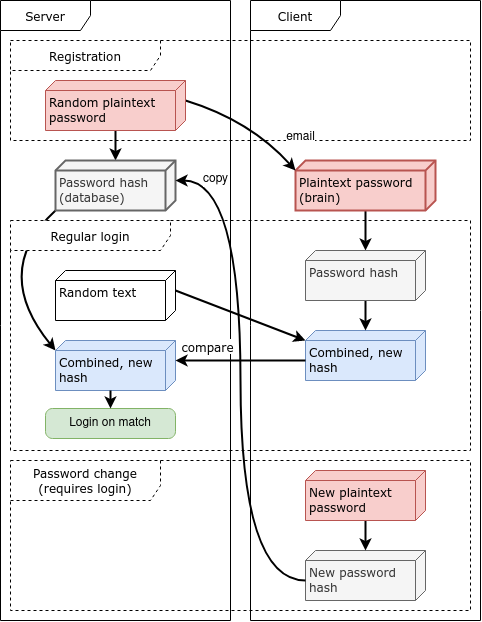
Before: doc/auth.drawio.png, a diagram exported from draw.io (SmallJoker/OpenEdits). Source tidied: cells renumbered, new cells last; positions are measured from the earlier drawing's top-left corner, leaving out a move shared by most shapes.
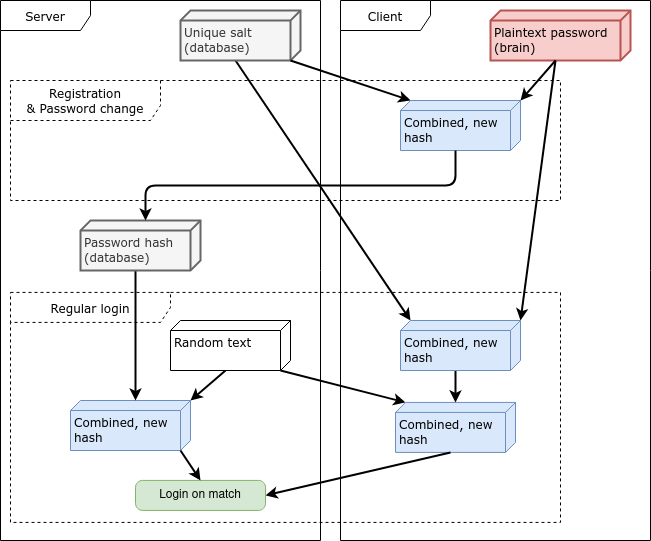
Later version of the same file.

Diff of the diagram source:
```diff
@@ -2,108 +2,77 @@
   <root>
     <mxCell id="0" />
     <mxCell id="1" parent="0" />
-    <mxCell id="2" style="edgeStyle=none;shape=connector;curved=1;rounded=1;jettySize=auto;html=1;exitX=1;exitY=1;exitDx=0;exitDy=0;exitPerimeter=0;entryX=0;entryY=0;entryDx=10;entryDy=120;entryPerimeter=0;labelBackgroundColor=default;strokeColor=default;strokeWidth=2;fontFamily=Helvetica;fontSize=12;fontColor=default;endArrow=classic;" parent="1" edge="1" source="26" target="13">
-      <mxGeometry relative="1" as="geometry">
-        <Array as="points">
-          <mxPoint y="270" />
-        </Array>
-      </mxGeometry>
-    </mxCell>
-    <mxCell id="3" value="New password hash" style="verticalAlign=top;align=left;spacingTop=8;spacingLeft=2;spacingRight=12;shape=cube;size=10;direction=south;fontStyle=0;html=1;whiteSpace=wrap;fontFamily=Verdana;fontSize=12;fillColor=#f5f5f5;fontColor=#333333;strokeColor=#666666;" parent="1" vertex="1">
-      <mxGeometry x="315" y="550" width="120" height="50" as="geometry" />
-    </mxCell>
-    <mxCell id="4" value="Server" style="shape=umlFrame;whiteSpace=wrap;html=1;fontFamily=Verdana;fontSize=12;width=90;height=30;" parent="1" vertex="1">
-      <mxGeometry x="10" width="230" height="620" as="geometry" />
+    <mxCell id="4" value="Server" style="shape=umlFrame;whiteSpace=wrap;html=1;fontFamily=Verdana;fontSize=12;width=90;height=30;fillColor=default;" parent="1" vertex="1">
+      <mxGeometry x="-80" width="320" height="540" as="geometry" />
     </mxCell>
     <mxCell id="5" value="Client" style="shape=umlFrame;whiteSpace=wrap;html=1;fontFamily=Verdana;fontSize=12;width=90;height=30;" parent="1" vertex="1">
-      <mxGeometry x="260" width="230" height="620" as="geometry" />
+      <mxGeometry x="260" width="310" height="540" as="geometry" />
     </mxCell>
-    <mxCell id="6" value="&lt;div&gt;Password change&lt;/div&gt;&lt;div&gt;(requires login)&lt;br&gt;&lt;/div&gt;" style="shape=umlFrame;whiteSpace=wrap;html=1;fontFamily=Verdana;fontSize=12;width=150;height=40;dashed=1;" parent="1" vertex="1">
-      <mxGeometry x="20" y="460" width="460" height="150" as="geometry" />
-    </mxCell>
     <mxCell id="7" value="Regular login" style="shape=umlFrame;whiteSpace=wrap;html=1;fontFamily=Verdana;fontSize=12;width=160;height=30;dashed=1;" parent="1" vertex="1">
-      <mxGeometry x="20" y="220" width="460" height="230" as="geometry" />
+      <mxGeometry x="-70" y="291.9" width="550" height="230" as="geometry" />
     </mxCell>
-    <mxCell id="8" style="edgeStyle=none;shape=connector;curved=1;rounded=1;jettySize=auto;html=1;labelBackgroundColor=default;strokeColor=default;strokeWidth=2;fontFamily=Helvetica;fontSize=12;fontColor=default;endArrow=classic;" parent="1" edge="1" source="9" target="23">
-      <mxGeometry relative="1" as="geometry" />
-    </mxCell>
     <mxCell id="9" value="&lt;div&gt;Plaintext password&lt;/div&gt;(brain)" style="verticalAlign=top;align=left;spacingTop=8;spacingLeft=2;spacingRight=12;shape=cube;size=10;direction=south;fontStyle=0;html=1;whiteSpace=wrap;fontFamily=Verdana;fontSize=12;fillColor=#f8cecc;strokeColor=#b85450;strokeWidth=2;" parent="1" vertex="1">
-      <mxGeometry x="305" y="160" width="140" height="50" as="geometry" />
+      <mxGeometry x="410" y="10" width="140" height="50" as="geometry" />
     </mxCell>
-    <mxCell id="10" style="edgeStyle=none;shape=connector;rounded=0;jettySize=auto;html=1;labelBackgroundColor=default;strokeColor=default;strokeWidth=2;fontFamily=Helvetica;fontSize=12;fontColor=default;endArrow=classic;entryX=0;entryY=0;entryDx=10;entryDy=120.00000000000001;entryPerimeter=0;exitX=0;exitY=0;exitDx=20;exitDy=0;exitPerimeter=0;" parent="1" edge="1" source="11" target="12">
+    <mxCell id="10" style="rounded=1;jettySize=auto;html=1;labelBackgroundColor=default;strokeColor=default;strokeWidth=2;fontFamily=Helvetica;fontSize=12;fontColor=default;endArrow=classic;entryX=0;entryY=0;entryDx=0;entryDy=110;entryPerimeter=0;exitX=0;exitY=0;exitDx=50;exitDy=10;exitPerimeter=0;" parent="1" edge="1" source="11" target="12">
       <mxGeometry relative="1" as="geometry" />
     </mxCell>
+    <mxCell id="30" style="rounded=1;jettySize=auto;html=1;exitX=0;exitY=0;exitDx=50;exitDy=65;exitPerimeter=0;entryX=0;entryY=0;entryDx=0;entryDy=0;entryPerimeter=0;labelBackgroundColor=default;strokeColor=default;strokeWidth=2;fontFamily=Helvetica;fontSize=12;fontColor=default;endArrow=classic;" parent="1" edge="1" source="11" target="13">
+      <mxGeometry relative="1" as="geometry" />
+    </mxCell>
     <mxCell id="11" value="Random text" style="verticalAlign=top;align=left;spacingTop=8;spacingLeft=2;spacingRight=12;shape=cube;size=10;direction=south;fontStyle=0;html=1;whiteSpace=wrap;fontFamily=Verdana;fontSize=12;" parent="1" vertex="1">
-      <mxGeometry x="65" y="270" width="120" height="50" as="geometry" />
+      <mxGeometry x="90" y="320" width="120" height="50" as="geometry" />
     </mxCell>
     <mxCell id="12" value="Combined, new hash" style="verticalAlign=top;align=left;spacingTop=8;spacingLeft=2;spacingRight=12;shape=cube;size=10;direction=south;fontStyle=0;html=1;whiteSpace=wrap;fontFamily=Verdana;fontSize=12;fillColor=#dae8fc;strokeColor=#6c8ebf;" parent="1" vertex="1">
-      <mxGeometry x="315" y="330" width="120" height="50" as="geometry" />
+      <mxGeometry x="315" y="401.9" width="120" height="50" as="geometry" />
     </mxCell>
     <mxCell id="13" value="Combined, new hash" style="verticalAlign=top;align=left;spacingTop=8;spacingLeft=2;spacingRight=12;shape=cube;size=10;direction=south;fontStyle=0;html=1;whiteSpace=wrap;fontFamily=Verdana;fontSize=12;fillColor=#dae8fc;strokeColor=#6c8ebf;" parent="1" vertex="1">
-      <mxGeometry x="65" y="340" width="120" height="50" as="geometry" />
+      <mxGeometry x="-10" y="400" width="120" height="50" as="geometry" />
     </mxCell>
-    <mxCell id="14" style="edgeStyle=none;shape=connector;rounded=0;jettySize=auto;html=1;labelBackgroundColor=default;strokeColor=default;strokeWidth=2;fontFamily=Helvetica;fontSize=12;fontColor=default;endArrow=classic;entryX=0;entryY=0;entryDx=20;entryDy=0;entryPerimeter=0;exitX=0;exitY=0;exitDx=30;exitDy=120.00000000000001;exitPerimeter=0;" parent="1" edge="1" source="12" target="13">
+    <mxCell id="14" style="rounded=1;jettySize=auto;html=1;labelBackgroundColor=default;strokeColor=default;strokeWidth=2;fontFamily=Helvetica;fontSize=12;fontColor=default;endArrow=classic;entryX=1;entryY=0.5;entryDx=0;entryDy=0;exitX=0;exitY=0;exitDx=50;exitDy=65;exitPerimeter=0;" parent="1" edge="1" source="12" target="16">
       <mxGeometry relative="1" as="geometry" />
     </mxCell>
-    <mxCell id="15" value="compare" style="edgeLabel;html=1;align=center;verticalAlign=middle;fontSize=12;fontFamily=Verdana;fontColor=default;" parent="1" vertex="1">
-      <mxGeometry x="220" y="340" as="geometry">
-        <mxPoint x="-3" y="6" as="offset" />
-      </mxGeometry>
-    </mxCell>
     <mxCell id="16" value="Login on match" style="rounded=1;whiteSpace=wrap;html=1;absoluteArcSize=1;arcSize=14;strokeWidth=1;strokeColor=#82b366;fontFamily=Helvetica;fontSize=12;fillColor=#d5e8d4;" parent="1" vertex="1">
-      <mxGeometry x="55" y="408" width="130" height="30" as="geometry" />
+      <mxGeometry x="55" y="479.9" width="130" height="30" as="geometry" />
     </mxCell>
-    <mxCell id="17" style="edgeStyle=none;shape=connector;rounded=0;jettySize=auto;html=1;labelBackgroundColor=default;strokeColor=default;strokeWidth=2;fontFamily=Helvetica;fontSize=12;fontColor=default;endArrow=classic;entryX=0.5;entryY=0;entryDx=0;entryDy=0;exitX=0;exitY=0;exitDx=50;exitDy=65;exitPerimeter=0;" parent="1" edge="1" source="13" target="16">
+    <mxCell id="17" style="rounded=1;jettySize=auto;html=1;labelBackgroundColor=default;strokeColor=default;strokeWidth=2;fontFamily=Helvetica;fontSize=12;fontColor=default;endArrow=classic;entryX=0.5;entryY=0;entryDx=0;entryDy=0;exitX=0;exitY=0;exitDx=50;exitDy=10;exitPerimeter=0;" parent="1" edge="1" source="13" target="16">
       <mxGeometry relative="1" as="geometry" />
     </mxCell>
-    <mxCell id="18" value="Registration" style="shape=umlFrame;whiteSpace=wrap;html=1;fontFamily=Verdana;fontSize=12;width=150;height=30;dashed=1;" parent="1" vertex="1">
-      <mxGeometry x="20" y="40" width="460" height="100" as="geometry" />
+    <mxCell id="18" value="&lt;div&gt;Registration&lt;/div&gt;&lt;div&gt;&amp;amp; Password change&lt;br&gt;&lt;/div&gt;" style="shape=umlFrame;whiteSpace=wrap;html=1;fontFamily=Verdana;fontSize=12;width=150;height=40;dashed=1;" parent="1" vertex="1">
+      <mxGeometry x="-70" y="80" width="550" height="120" as="geometry" />
     </mxCell>
-    <mxCell id="19" style="edgeStyle=none;shape=connector;curved=1;rounded=1;jettySize=auto;html=1;labelBackgroundColor=default;strokeColor=default;strokeWidth=2;fontFamily=Helvetica;fontSize=12;fontColor=default;endArrow=classic;" parent="1" edge="1" source="21" target="26">
-      <mxGeometry relative="1" as="geometry" />
-    </mxCell>
-    <mxCell id="20" style="edgeStyle=none;shape=connector;jettySize=auto;html=1;exitX=0;exitY=0;exitDx=20;exitDy=0;exitPerimeter=0;entryX=0;entryY=0;entryDx=10;entryDy=140;entryPerimeter=0;labelBackgroundColor=default;strokeColor=default;strokeWidth=2;fontFamily=Helvetica;fontSize=12;fontColor=default;endArrow=classic;curved=1;" parent="1" edge="1" source="21" target="9">
-      <mxGeometry relative="1" as="geometry">
-        <Array as="points">
-          <mxPoint x="260" y="120" />
-        </Array>
-      </mxGeometry>
-    </mxCell>
-    <mxCell id="21" value="Random plaintext password" style="verticalAlign=top;align=left;spacingTop=8;spacingLeft=2;spacingRight=12;shape=cube;size=10;direction=south;fontStyle=0;html=1;whiteSpace=wrap;fontFamily=Verdana;fontSize=12;fillColor=#f8cecc;strokeColor=#b85450;" parent="1" vertex="1">
-      <mxGeometry x="55" y="80" width="140" height="50" as="geometry" />
-    </mxCell>
-    <mxCell id="22" style="edgeStyle=none;shape=connector;curved=1;rounded=1;jettySize=auto;html=1;labelBackgroundColor=default;strokeColor=default;strokeWidth=2;fontFamily=Helvetica;fontSize=12;fontColor=default;endArrow=classic;" parent="1" edge="1" source="23" target="12">
-      <mxGeometry relative="1" as="geometry" />
-    </mxCell>
-    <mxCell id="23" value="Password hash" style="verticalAlign=top;align=left;spacingTop=8;spacingLeft=2;spacingRight=12;shape=cube;size=10;direction=south;fontStyle=0;html=1;whiteSpace=wrap;fontFamily=Verdana;fontSize=12;fillColor=#f5f5f5;fontColor=#333333;strokeColor=#666666;" parent="1" vertex="1">
-      <mxGeometry x="315" y="250" width="120" height="50" as="geometry" />
-    </mxCell>
-    <mxCell id="24" style="edgeStyle=none;shape=connector;curved=1;rounded=1;jettySize=auto;html=1;labelBackgroundColor=default;strokeColor=default;strokeWidth=2;fontFamily=Helvetica;fontSize=12;fontColor=default;endArrow=classic;" parent="1" edge="1" source="25" target="3">
-      <mxGeometry relative="1" as="geometry" />
-    </mxCell>
-    <mxCell id="25" value="New plaintext password" style="verticalAlign=top;align=left;spacingTop=8;spacingLeft=2;spacingRight=12;shape=cube;size=10;direction=south;fontStyle=0;html=1;whiteSpace=wrap;fontFamily=Verdana;fontSize=12;fillColor=#f8cecc;strokeColor=#b85450;" parent="1" vertex="1">
-      <mxGeometry x="315" y="470" width="120" height="50" as="geometry" />
-    </mxCell>
+    <mxCell id="2" style="rounded=1;jettySize=auto;html=1;exitX=0;exitY=0;exitDx=50;exitDy=65;exitPerimeter=0;entryX=0;entryY=0;entryDx=0;entryDy=55;entryPerimeter=0;labelBackgroundColor=default;strokeColor=default;strokeWidth=2;fontFamily=Helvetica;fontSize=12;fontColor=default;endArrow=classic;" parent="1" edge="1" source="26" target="13">
+      <mxGeometry relative="1" as="geometry" />
+    </mxCell>
     <mxCell id="26" value="&lt;div&gt;Password hash&lt;/div&gt;(database)" style="verticalAlign=top;align=left;spacingTop=8;spacingLeft=2;spacingRight=12;shape=cube;size=10;direction=south;fontStyle=0;html=1;whiteSpace=wrap;fontFamily=Verdana;fontSize=12;fillColor=#f5f5f5;strokeColor=#666666;fontColor=#333333;strokeWidth=2;" parent="1" vertex="1">
-      <mxGeometry x="65" y="160" width="120" height="50" as="geometry" />
+      <mxGeometry y="220" width="120" height="50" as="geometry" />
     </mxCell>
-    <mxCell id="27" style="edgeStyle=none;shape=connector;curved=1;rounded=1;jettySize=auto;html=1;exitX=0;exitY=0;exitDx=30;exitDy=120;exitPerimeter=0;entryX=0;entryY=0;entryDx=20;entryDy=0;entryPerimeter=0;labelBackgroundColor=default;strokeColor=default;strokeWidth=2;fontFamily=Helvetica;fontSize=12;fontColor=default;endArrow=classic;" parent="1" edge="1" source="3" target="26">
-      <mxGeometry relative="1" as="geometry">
-        <Array as="points">
-          <mxPoint x="250" y="580" />
-          <mxPoint x="250" y="180" />
-        </Array>
-      </mxGeometry>
-    </mxCell>
-    <mxCell id="28" value="copy" style="edgeLabel;html=1;align=center;verticalAlign=middle;fontSize=12;fontFamily=Helvetica;fontColor=default;" parent="27" vertex="1">
-      <mxGeometry x="0.09" relative="1" as="geometry">
-        <mxPoint x="-25" y="-179" as="offset" />
-      </mxGeometry>
-    </mxCell>
-    <mxCell id="29" value="email" style="edgeLabel;html=1;align=center;verticalAlign=middle;fontSize=12;fontFamily=Helvetica;fontColor=default;" parent="1" vertex="1">
-      <mxGeometry x="310" y="140" as="geometry">
-        <mxPoint y="-3" as="offset" />
-      </mxGeometry>
-    </mxCell>
+    <mxCell id="31" style="rounded=1;jettySize=auto;html=1;exitX=0;exitY=0;exitDx=50;exitDy=65;exitPerimeter=0;entryX=0;entryY=0;entryDx=0;entryDy=110;entryPerimeter=0;labelBackgroundColor=default;strokeColor=default;strokeWidth=2;fontFamily=Helvetica;fontSize=12;fontColor=default;endArrow=classic;" parent="1" edge="1" source="32" target="39">
+      <mxGeometry relative="1" as="geometry" />
+    </mxCell>
+    <mxCell id="32" value="&lt;div&gt;Unique salt&lt;br&gt;&lt;/div&gt;(database)" style="verticalAlign=top;align=left;spacingTop=8;spacingLeft=2;spacingRight=12;shape=cube;size=10;direction=south;fontStyle=0;html=1;whiteSpace=wrap;fontFamily=Verdana;fontSize=12;fillColor=#f5f5f5;strokeColor=#666666;fontColor=#333333;strokeWidth=2;" parent="1" vertex="1">
+      <mxGeometry x="100" y="10" width="120" height="50" as="geometry" />
+    </mxCell>
+    <mxCell id="33" value="Combined, new hash" style="verticalAlign=top;align=left;spacingTop=8;spacingLeft=2;spacingRight=12;shape=cube;size=10;direction=south;fontStyle=0;html=1;whiteSpace=wrap;fontFamily=Verdana;fontSize=12;fillColor=#dae8fc;strokeColor=#6c8ebf;" parent="1" vertex="1">
+      <mxGeometry x="320" y="100" width="120" height="50" as="geometry" />
+    </mxCell>
+    <mxCell id="34" style="rounded=1;jettySize=auto;html=1;entryX=0;entryY=0;entryDx=0;entryDy=0;entryPerimeter=0;labelBackgroundColor=default;strokeColor=default;strokeWidth=2;fontFamily=Helvetica;fontSize=12;fontColor=default;endArrow=classic;exitX=0;exitY=0;exitDx=50;exitDy=75;exitPerimeter=0;" parent="1" edge="1" source="9" target="33">
+      <mxGeometry relative="1" as="geometry" />
+    </mxCell>
+    <mxCell id="35" style="rounded=1;jettySize=auto;html=1;entryX=0;entryY=0;entryDx=0;entryDy=110;entryPerimeter=0;labelBackgroundColor=default;strokeColor=default;strokeWidth=2;fontFamily=Helvetica;fontSize=12;fontColor=default;endArrow=classic;exitX=0;exitY=0;exitDx=50;exitDy=10;exitPerimeter=0;" parent="1" edge="1" source="32" target="33">
+      <mxGeometry relative="1" as="geometry" />
+    </mxCell>
+    <mxCell id="36" style="rounded=1;jettySize=auto;html=1;entryX=0;entryY=0;entryDx=0;entryDy=55;entryPerimeter=0;labelBackgroundColor=default;strokeColor=default;strokeWidth=2;fontFamily=Helvetica;fontSize=12;fontColor=default;endArrow=classic;exitX=0;exitY=0;exitDx=50;exitDy=65;exitPerimeter=0;edgeStyle=orthogonalEdgeStyle;" parent="1" edge="1" source="33" target="26">
+      <mxGeometry relative="1" as="geometry" />
+    </mxCell>
+    <mxCell id="37" style="jettySize=auto;html=1;entryX=0;entryY=0;entryDx=0;entryDy=0;entryPerimeter=0;labelBackgroundColor=default;strokeColor=default;strokeWidth=2;fontFamily=Helvetica;fontSize=12;fontColor=default;endArrow=classic;exitX=0;exitY=0;exitDx=50;exitDy=75;exitPerimeter=0;rounded=1;" parent="1" edge="1" source="9" target="39">
+      <mxGeometry relative="1" as="geometry" />
+    </mxCell>
+    <mxCell id="38" style="edgeStyle=none;shape=connector;curved=1;rounded=1;jettySize=auto;html=1;exitX=0;exitY=0;exitDx=50;exitDy=65;exitPerimeter=0;labelBackgroundColor=default;strokeColor=default;strokeWidth=2;fontFamily=Helvetica;fontSize=12;fontColor=default;endArrow=classic;" parent="1" edge="1" source="39" target="12">
+      <mxGeometry relative="1" as="geometry" />
+    </mxCell>
+    <mxCell id="39" value="Combined, new hash" style="verticalAlign=top;align=left;spacingTop=8;spacingLeft=2;spacingRight=12;shape=cube;size=10;direction=south;fontStyle=0;html=1;whiteSpace=wrap;fontFamily=Verdana;fontSize=12;fillColor=#dae8fc;strokeColor=#6c8ebf;" parent="1" vertex="1">
+      <mxGeometry x="320" y="320" width="120" height="50" as="geometry" />
+    </mxCell>
   </root>
 </mxGraphModel>
```
